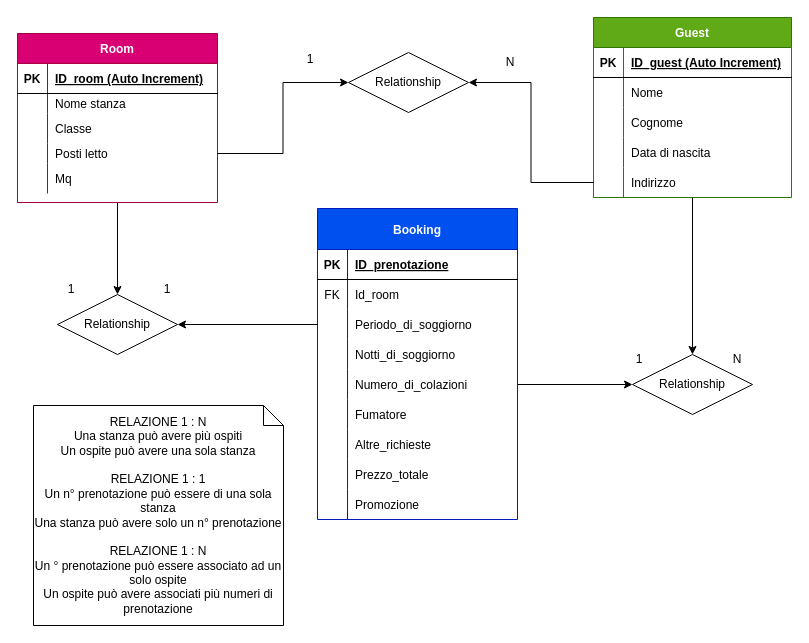
Before: diagram.drawio in romina-trazzi/db-first, a draw.io diagram. Source tidied: cells renumbered, new cells numbered last; positions are measured from the earlier drawing's top-left corner, leaving out a move shared by most shapes. Both pictures are drawn from the tidied source at 100%, with x=0, y=0 at pixel (17, 17).
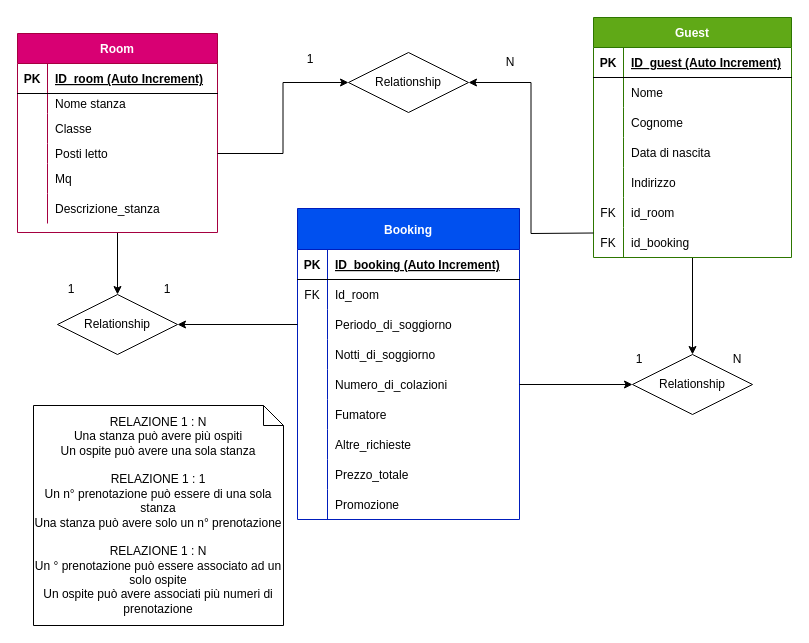
Above is the later version.

Commit message:
Miglioramento flowchart hotel pt 1

Aggiunte foreign keys e alcuni campi

The change refers to these unchanged cells:
```xml
<mxCell id="33" style="shape=partialRectangle;fillColor=none;top=0;left=0;bottom=0;right=0;points=[[0,0.5],[1,0.5]];portConstraint=eastwest;" parent="20" vertex="1">
  <mxGeometry y="150" width="198" height="30" as="geometry" />
</mxCell>
<mxCell id="37" value="Relationship" style="shape=rhombus;perimeter=rhombusPerimeter;whiteSpace=wrap;html=1;align=center;fillColor=none;" parent="1" vertex="1">
  <mxGeometry x="331" y="35" width="120" height="60" as="geometry" />
</mxCell>
```

Diff of the diagram source:
```diff
@@
     <mxCell id="3" value="Room" style="shape=table;startSize=30;childLayout=tableLayout;rowLines=0;fontStyle=1;align=center;strokeColor=#A50040;fontColor=#ffffff;fillColor=#d80073;" parent="1" vertex="1">
-      <mxGeometry y="16" width="200" height="169" as="geometry" />
+      <mxGeometry y="16" width="200" height="199" as="geometry" />
     </mxCell>
@@
+    <mxCell id="78" style="shape=partialRectangle;fillColor=none;top=0;left=0;bottom=0;right=0;" parent="3" vertex="1">
+      <mxGeometry y="160" width="200" height="30" as="geometry" />
+    </mxCell>
+    <mxCell id="79" style="shape=partialRectangle;fillColor=none;top=0;left=0;bottom=0;right=0;overflow=hidden;" parent="78" vertex="1">
+      <mxGeometry width="30" height="30" as="geometry" />
+    </mxCell>
+    <mxCell id="80" value="Descrizione_stanza" style="shape=partialRectangle;top=0;left=0;bottom=0;right=0;align=left;spacingLeft=6;overflow=hidden;fillColor=none;" parent="78" vertex="1">
+      <mxGeometry x="30" width="170" height="30" as="geometry" />
+    </mxCell>
@@
     <mxCell id="20" value="Guest" style="shape=table;startSize=30;childLayout=tableLayout;rowLines=0;fontStyle=1;align=center;fillColor=#60a917;strokeColor=#2D7600;fontColor=#ffffff;" parent="1" vertex="1">
-      <mxGeometry x="576" width="198" height="180" as="geometry" />
+      <mxGeometry x="576" width="198" height="240" as="geometry" />
     </mxCell>
@@
-    <mxCell id="34" style="shape=partialRectangle;fillColor=none;top=0;left=0;bottom=0;right=0;overflow=hidden;" parent="33" vertex="1">
-      <mxGeometry width="30" height="30" as="geometry" />
-    </mxCell>
+    <mxCell id="81" style="shape=partialRectangle;fillColor=none;top=0;left=0;bottom=0;right=0;overflow=hidden;" parent="33" vertex="1">
+      <mxGeometry width="30" height="30" as="geometry" />
+    </mxCell>
@@
+    <mxCell id="82" style="shape=partialRectangle;fillColor=none;top=0;left=0;bottom=0;right=0;" parent="20" vertex="1">
+      <mxGeometry y="180" width="198" height="30" as="geometry" />
+    </mxCell>
+    <mxCell id="83" value="FK" style="shape=partialRectangle;fillColor=none;top=0;left=0;bottom=0;right=0;overflow=hidden;" parent="82" vertex="1">
+      <mxGeometry width="30" height="30" as="geometry" />
+    </mxCell>
+    <mxCell id="84" value="id_room" style="shape=partialRectangle;fillColor=none;top=0;left=0;bottom=0;right=0;align=left;spacingLeft=6;overflow=hidden;" parent="82" vertex="1">
+      <mxGeometry x="30" width="168" height="30" as="geometry" />
+    </mxCell>
+    <mxCell id="85" style="shape=partialRectangle;fillColor=none;top=0;left=0;bottom=0;right=0;" parent="20" vertex="1">
+      <mxGeometry y="210" width="198" height="30" as="geometry" />
+    </mxCell>
+    <mxCell id="86" value="FK" style="shape=partialRectangle;fillColor=none;top=0;left=0;bottom=0;right=0;overflow=hidden;" parent="85" vertex="1">
+      <mxGeometry width="30" height="30" as="geometry" />
+    </mxCell>
+    <mxCell id="87" value="id_booking" style="shape=partialRectangle;fillColor=none;top=0;left=0;bottom=0;right=0;align=left;spacingLeft=6;overflow=hidden;" parent="85" vertex="1">
+      <mxGeometry x="30" width="168" height="30" as="geometry" />
+    </mxCell>
@@
-    <mxCell id="39" style="edgeStyle=orthogonalEdgeStyle;rounded=0;jettySize=auto;html=1;exitX=0;exitY=0.5;exitDx=0;exitDy=0;entryX=1;entryY=0.5;entryDx=0;entryDy=0;" parent="1" edge="1" source="33" target="37">
-      <mxGeometry relative="1" as="geometry" />
+    <mxCell id="39" style="edgeStyle=orthogonalEdgeStyle;rounded=0;jettySize=auto;html=1;exitX=0;exitY=0.5;exitDx=0;exitDy=0;entryX=1;entryY=0.5;entryDx=0;entryDy=0;" parent="1" edge="1" target="37">
+      <mxGeometry relative="1" as="geometry">
+        <mxPoint x="576" y="215.5" as="sourcePoint" />
+      </mxGeometry>
     </mxCell>
@@
     <mxCell id="42" value="Booking" style="shape=table;startSize=41;childLayout=tableLayout;rowLines=0;fontStyle=1;align=center;fillColor=#0050ef;strokeColor=#001DBC;fontColor=#ffffff;" parent="1" vertex="1">
-      <mxGeometry x="300" y="191" width="200" height="311" as="geometry" />
+      <mxGeometry x="280" y="191" width="222" height="311" as="geometry" />
     </mxCell>
     <mxCell id="43" style="shape=partialRectangle;fillColor=none;top=0;left=0;bottom=1;right=0;" parent="42" vertex="1">
-      <mxGeometry y="41" width="200" height="30" as="geometry" />
+      <mxGeometry y="41" width="222" height="30" as="geometry" />
     </mxCell>
@@
-    <mxCell id="45" value="ID_prenotazione" style="shape=partialRectangle;fillColor=none;top=0;left=0;bottom=0;right=0;align=left;spacingLeft=6;fontStyle=5;overflow=hidden;" parent="43" vertex="1">
-      <mxGeometry x="30" width="170" height="30" as="geometry" />
+    <mxCell id="45" value="ID_booking (Auto Increment)" style="shape=partialRectangle;fillColor=none;top=0;left=0;bottom=0;right=0;align=left;spacingLeft=6;fontStyle=5;overflow=hidden;" parent="43" vertex="1">
+      <mxGeometry x="30" width="192" height="30" as="geometry" />
     </mxCell>
     <mxCell id="46" style="shape=partialRectangle;fillColor=none;top=0;left=0;bottom=0;right=0;" parent="42" vertex="1">
-      <mxGeometry y="71" width="200" height="30" as="geometry" />
+      <mxGeometry y="71" width="222" height="30" as="geometry" />
     </mxCell>
@@
     <mxCell id="48" value="Id_room" style="shape=partialRectangle;fillColor=none;top=0;left=0;bottom=0;right=0;align=left;spacingLeft=6;overflow=hidden;" parent="46" vertex="1">
-      <mxGeometry x="30" width="170" height="30" as="geometry" />
+      <mxGeometry x="30" width="192" height="30" as="geometry" />
     </mxCell>
     <mxCell id="49" style="shape=partialRectangle;fillColor=none;top=0;left=0;bottom=0;right=0;points=[[0,0.5],[1,0.5]];portConstraint=eastwest;" parent="42" vertex="1">
-      <mxGeometry y="101" width="200" height="30" as="geometry" />
+      <mxGeometry y="101" width="222" height="30" as="geometry" />
     </mxCell>
@@
     <mxCell id="51" value="Periodo_di_soggiorno" style="shape=partialRectangle;fillColor=none;top=0;left=0;bottom=0;right=0;align=left;spacingLeft=6;overflow=hidden;" parent="49" vertex="1">
-      <mxGeometry x="30" width="170" height="30" as="geometry" />
+      <mxGeometry x="30" width="192" height="30" as="geometry" />
     </mxCell>
     <mxCell id="52" style="shape=partialRectangle;fillColor=none;top=0;left=0;bottom=0;right=0;" parent="42" vertex="1">
-      <mxGeometry y="131" width="200" height="30" as="geometry" />
+      <mxGeometry y="131" width="222" height="30" as="geometry" />
     </mxCell>
@@
     <mxCell id="54" value="Notti_di_soggiorno" style="shape=partialRectangle;fillColor=none;top=0;left=0;bottom=0;right=0;align=left;spacingLeft=6;overflow=hidden;" parent="52" vertex="1">
-      <mxGeometry x="30" width="170" height="30" as="geometry" />
+      <mxGeometry x="30" width="192" height="30" as="geometry" />
     </mxCell>
     <mxCell id="55" style="shape=partialRectangle;fillColor=none;top=0;left=0;bottom=0;right=0;points=[[0,0.5],[1,0.5]];portConstraint=eastwest;" parent="42" vertex="1">
-      <mxGeometry y="161" width="200" height="30" as="geometry" />
+      <mxGeometry y="161" width="222" height="30" as="geometry" />
     </mxCell>
@@
     <mxCell id="57" value="Numero_di_colazioni" style="shape=partialRectangle;fillColor=none;top=0;left=0;bottom=0;right=0;align=left;spacingLeft=6;overflow=hidden;" parent="55" vertex="1">
-      <mxGeometry x="30" width="170" height="30" as="geometry" />
+      <mxGeometry x="30" width="192" height="30" as="geometry" />
     </mxCell>
     <mxCell id="58" style="shape=partialRectangle;fillColor=none;top=0;left=0;bottom=0;right=0;" parent="42" vertex="1">
-      <mxGeometry y="191" width="200" height="30" as="geometry" />
+      <mxGeometry y="191" width="222" height="30" as="geometry" />
     </mxCell>
@@
     <mxCell id="60" value="Fumatore" style="shape=partialRectangle;fillColor=none;top=0;left=0;bottom=0;right=0;align=left;spacingLeft=6;overflow=hidden;" parent="58" vertex="1">
-      <mxGeometry x="30" width="170" height="30" as="geometry" />
+      <mxGeometry x="30" width="192" height="30" as="geometry" />
     </mxCell>
     <mxCell id="61" style="shape=partialRectangle;fillColor=none;top=0;left=0;bottom=0;right=0;" parent="42" vertex="1">
-      <mxGeometry y="221" width="200" height="30" as="geometry" />
+      <mxGeometry y="221" width="222" height="30" as="geometry" />
     </mxCell>
@@
     <mxCell id="63" value="Altre_richieste" style="shape=partialRectangle;fillColor=none;top=0;left=0;bottom=0;right=0;align=left;spacingLeft=6;overflow=hidden;" parent="61" vertex="1">
-      <mxGeometry x="30" width="170" height="30" as="geometry" />
+      <mxGeometry x="30" width="192" height="30" as="geometry" />
     </mxCell>
     <mxCell id="64" style="shape=partialRectangle;fillColor=none;top=0;left=0;bottom=0;right=0;" parent="42" vertex="1">
-      <mxGeometry y="251" width="200" height="30" as="geometry" />
+      <mxGeometry y="251" width="222" height="30" as="geometry" />
     </mxCell>
@@
     <mxCell id="66" value="Prezzo_totale" style="shape=partialRectangle;fillColor=none;top=0;left=0;bottom=0;right=0;align=left;spacingLeft=6;overflow=hidden;" parent="64" vertex="1">
-      <mxGeometry x="30" width="170" height="30" as="geometry" />
+      <mxGeometry x="30" width="192" height="30" as="geometry" />
     </mxCell>
     <mxCell id="67" style="shape=partialRectangle;fillColor=none;top=0;left=0;bottom=0;right=0;" parent="42" vertex="1">
-      <mxGeometry y="281" width="200" height="30" as="geometry" />
+      <mxGeometry y="281" width="222" height="30" as="geometry" />
     </mxCell>
@@
     <mxCell id="69" value="Promozione" style="shape=partialRectangle;fillColor=none;top=0;left=0;bottom=0;right=0;align=left;spacingLeft=6;overflow=hidden;" parent="67" vertex="1">
-      <mxGeometry x="30" width="170" height="30" as="geometry" />
+      <mxGeometry x="30" width="192" height="30" as="geometry" />
     </mxCell>
```
